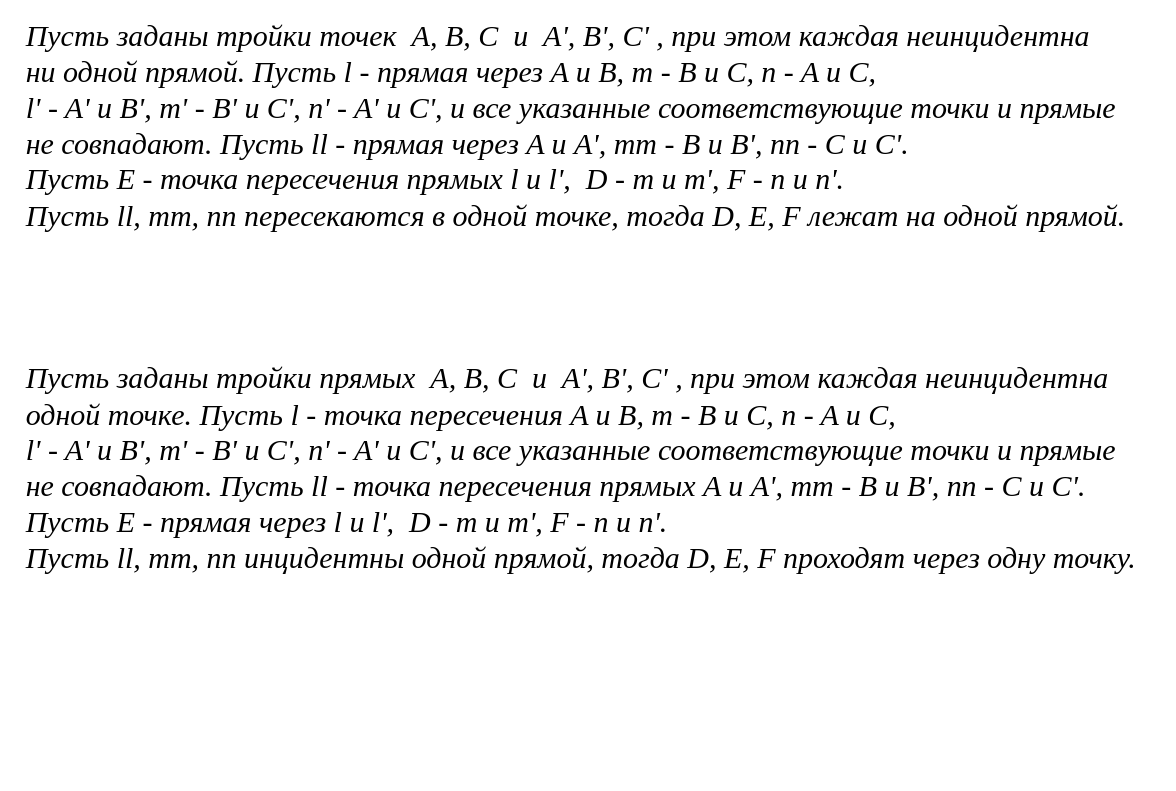
Earlier version of the draw.io diagram page "p25" (29 of 29) of slides/proj_plane.drawio (amcp-pit/geom_course). Source tidied: cells renumbered, new cells numbered last; positions are measured from the earlier drawing's top-left corner, leaving out a move shared by most shapes. Both pictures are drawn from the tidied source at 107%, with x=0, y=0 at pixel (24, 68).
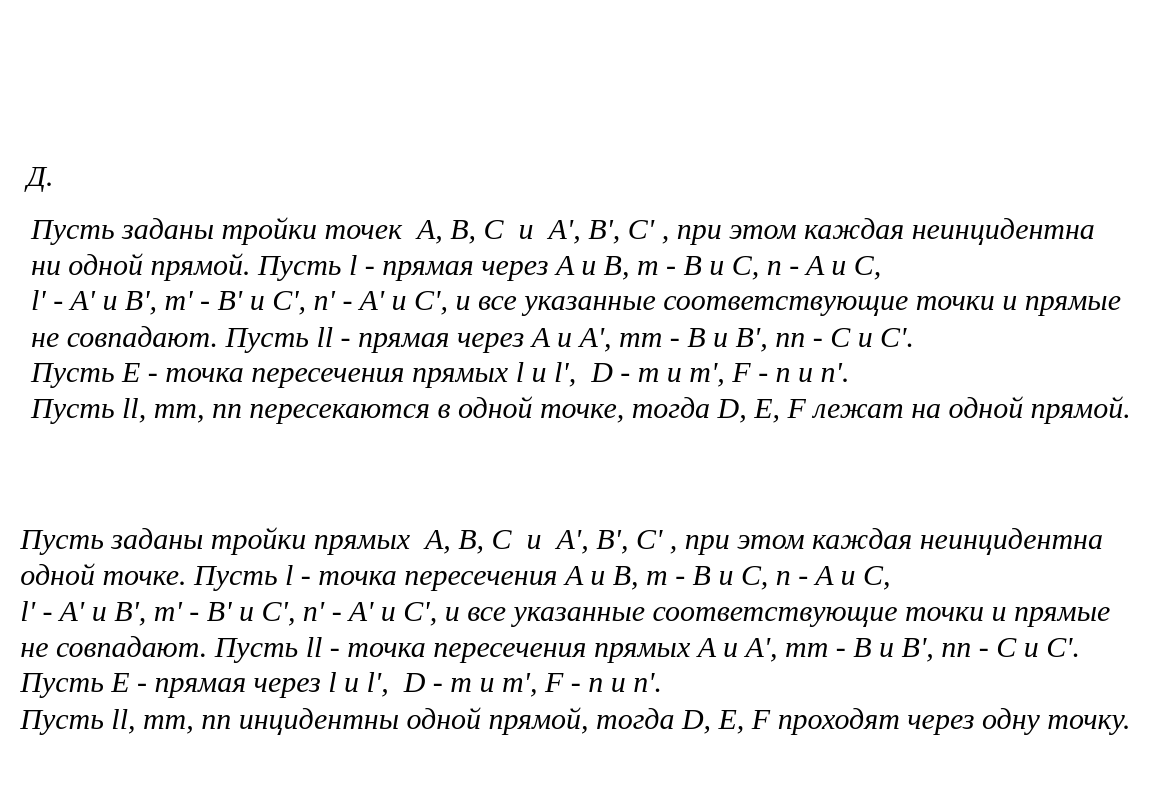
After the change.

Diff of the diagram source:
```diff
@@
 <mxGraphModel>
   <root>
     <mxCell id="0" />
     <mxCell id="1" parent="0" />
     <mxCell id="2" value="&lt;font face=&quot;Times New Roman&quot; style=&quot;font-size: 28px&quot;&gt;&lt;i&gt;Пусть заданы тройки точек&amp;nbsp; A, B,&amp;nbsp;&lt;/i&gt;&lt;/font&gt;&lt;i style=&quot;font-family: &amp;#34;times new roman&amp;#34; ; font-size: 28px&quot;&gt;C&amp;nbsp; и&amp;nbsp;&lt;/i&gt;&lt;font face=&quot;Times New Roman&quot; style=&quot;font-size: 28px&quot;&gt;&lt;i&gt;&amp;nbsp;&lt;/i&gt;&lt;/font&gt;&lt;i style=&quot;font-family: &amp;#34;times new roman&amp;#34; ; font-size: 28px&quot;&gt;A',&amp;nbsp;&lt;/i&gt;&lt;font face=&quot;Times New Roman&quot; style=&quot;font-size: 28px&quot;&gt;&lt;i&gt;B', C' , при этом каждая неинцидентна&lt;br&gt;ни одной прямой. Пусть l - прямая через A и B, m - B и C, n - A и C,&amp;nbsp;&lt;br&gt;&lt;/i&gt;&lt;/font&gt;&lt;i style=&quot;font-family: &amp;#34;times new roman&amp;#34; ; font-size: 28px&quot;&gt;l' - A' и B', m' - B' и C', n' - A' и C', и все&amp;nbsp;&lt;/i&gt;&lt;i style=&quot;font-family: &amp;#34;times new roman&amp;#34; ; font-size: 28px&quot;&gt;указанные&amp;nbsp;&lt;/i&gt;&lt;i style=&quot;font-family: &amp;#34;times new roman&amp;#34; ; font-size: 28px&quot;&gt;соответствующие точки и прямые&lt;br&gt;не совпадают. Пусть ll - прямая через A и A', mm - B и B', nn - С и C'. &lt;br&gt;Пусть E - точка пересечения прямых l и l',&amp;nbsp; D - m и m', F - n и n'.&lt;br&gt;&lt;/i&gt;&lt;font face=&quot;Times New Roman&quot; style=&quot;font-size: 28px&quot;&gt;&lt;i&gt;Пусть ll, mm, nn пересекаются в одной точке, тогда D, E, F лежат на одной прямой.&amp;nbsp;&lt;br&gt;&amp;nbsp;&amp;nbsp;&lt;/i&gt;&lt;/font&gt;" style="text;html=1;align=left;verticalAlign=middle;" parent="1" vertex="1">
-      <mxGeometry width="1050" height="140" as="geometry" />
+      <mxGeometry x="5" y="180" width="1050" height="140" as="geometry" />
     </mxCell>
     <mxCell id="3" value="&lt;font face=&quot;Times New Roman&quot; style=&quot;font-size: 28px&quot;&gt;&lt;i&gt;Пусть заданы тройки прямых&amp;nbsp; A, B,&amp;nbsp;&lt;/i&gt;&lt;/font&gt;&lt;i style=&quot;font-family: &amp;#34;times new roman&amp;#34; ; font-size: 28px&quot;&gt;C&amp;nbsp; и&amp;nbsp;&lt;/i&gt;&lt;font face=&quot;Times New Roman&quot; style=&quot;font-size: 28px&quot;&gt;&lt;i&gt;&amp;nbsp;&lt;/i&gt;&lt;/font&gt;&lt;i style=&quot;font-family: &amp;#34;times new roman&amp;#34; ; font-size: 28px&quot;&gt;A',&amp;nbsp;&lt;/i&gt;&lt;font face=&quot;Times New Roman&quot; style=&quot;font-size: 28px&quot;&gt;&lt;i&gt;B', C' , при этом каждая неинцидентна&lt;br&gt;одной точке. Пусть l - точка пересечения A и B, m - B и C, n - A и C,&amp;nbsp;&lt;br&gt;&lt;/i&gt;&lt;/font&gt;&lt;i style=&quot;font-family: &amp;#34;times new roman&amp;#34; ; font-size: 28px&quot;&gt;l' - A' и B', m' - B' и C', n' - A' и C', и все&amp;nbsp;&lt;/i&gt;&lt;i style=&quot;font-family: &amp;#34;times new roman&amp;#34; ; font-size: 28px&quot;&gt;указанные&amp;nbsp;&lt;/i&gt;&lt;i style=&quot;font-family: &amp;#34;times new roman&amp;#34; ; font-size: 28px&quot;&gt;соответствующие точки и прямые&lt;br&gt;не совпадают. Пусть ll - точка пересечения прямых A и A', mm - B и B', nn - С и C'. &lt;br&gt;Пусть E - прямая через l и l',&amp;nbsp; D - m и m', F - n и n'.&lt;br&gt;&lt;/i&gt;&lt;font face=&quot;Times New Roman&quot; style=&quot;font-size: 28px&quot;&gt;&lt;i&gt;Пусть ll, mm, nn инцидентны одной прямой, тогда D, E, F проходят через одну точку.&amp;nbsp;&lt;br&gt;&amp;nbsp;&amp;nbsp;&lt;/i&gt;&lt;/font&gt;" style="text;html=1;align=left;verticalAlign=middle;" parent="1" vertex="1">
-      <mxGeometry y="320" width="1060" height="140" as="geometry" />
+      <mxGeometry x="-5" y="470" width="1060" height="140" as="geometry" />
     </mxCell>
+    <mxCell id="4" value="&lt;font face=&quot;Times New Roman&quot;&gt;&lt;span style=&quot;font-size: 28px&quot;&gt;&lt;i&gt;Д.&lt;/i&gt;&lt;/span&gt;&lt;/font&gt;" style="text;html=1;align=center;verticalAlign=middle;" parent="1" vertex="1">
+      <mxGeometry x="-5" y="90" width="40" height="20" as="geometry" />
+    </mxCell>
   </root>
 </mxGraphModel>
```
